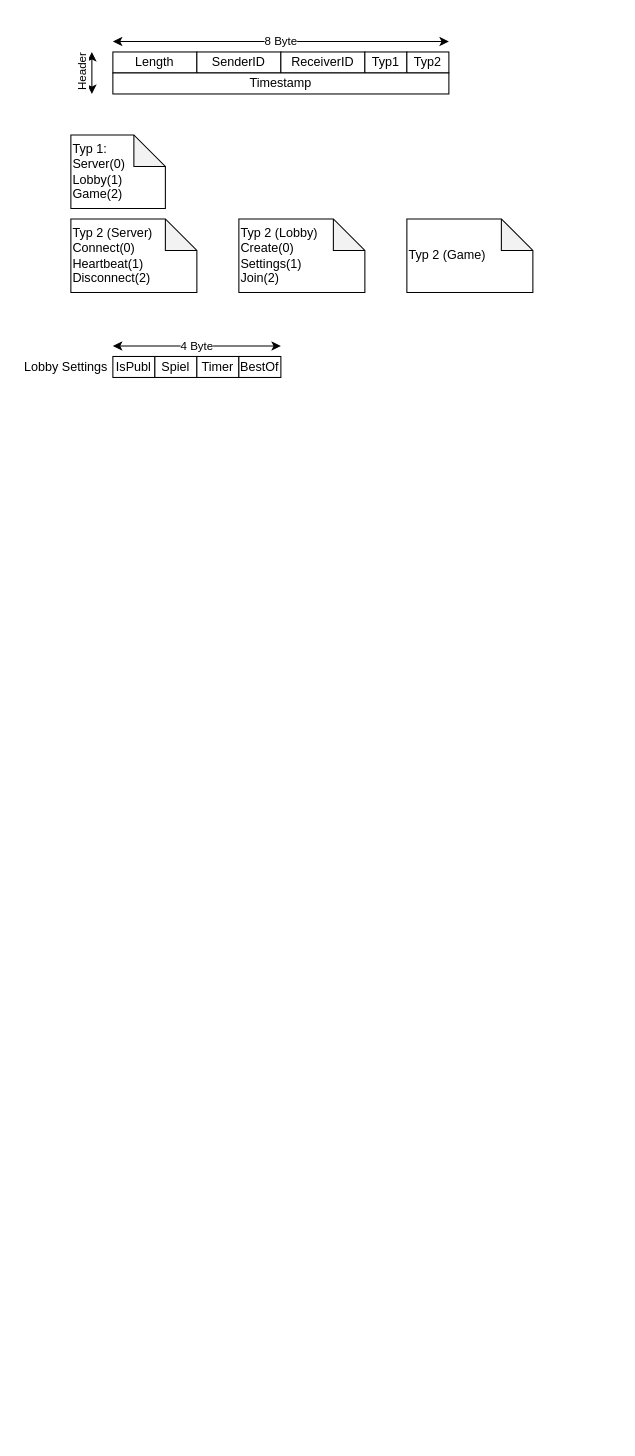
Before: page "Page-1" (1 of 2) of Digramm_Message_Structure.drawio in Spielo-io/Server, a draw.io diagram. Source tidied: cells renumbered, new cells numbered last; positions are measured from the earlier drawing's top-left corner, leaving out a move shared by most shapes. Both pictures are drawn from the tidied source at 105%, with x=0, y=0 at pixel (18, 41).
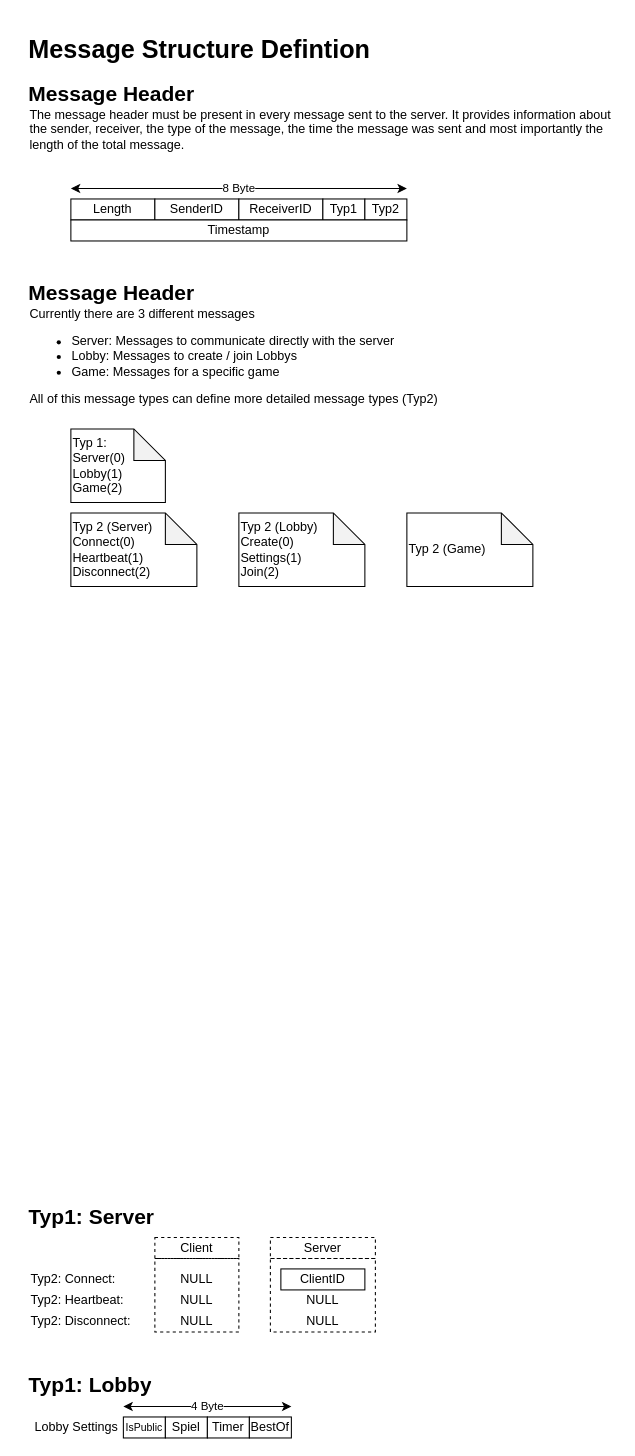
The same page after the edit.

The edit, as a diff of the source:
```diff
@@
     <mxCell id="2" value="Length" style="rounded=0;whiteSpace=wrap;html=1;" parent="1" vertex="1">
-      <mxGeometry x="90" y="10" width="80" height="20" as="geometry" />
+      <mxGeometry x="50" y="150" width="80" height="20" as="geometry" />
     </mxCell>
     <mxCell id="3" value="SenderID" style="rounded=0;whiteSpace=wrap;html=1;" parent="1" vertex="1">
-      <mxGeometry x="170" y="10" width="80" height="20" as="geometry" />
+      <mxGeometry x="130" y="150" width="80" height="20" as="geometry" />
     </mxCell>
     <mxCell id="4" value="ReceiverID" style="rounded=0;whiteSpace=wrap;html=1;" parent="1" vertex="1">
-      <mxGeometry x="250" y="10" width="80" height="20" as="geometry" />
+      <mxGeometry x="210" y="150" width="80" height="20" as="geometry" />
     </mxCell>
     <mxCell id="5" value="Typ1" style="rounded=0;whiteSpace=wrap;html=1;" parent="1" vertex="1">
-      <mxGeometry x="330" y="10" width="40" height="20" as="geometry" />
+      <mxGeometry x="290" y="150" width="40" height="20" as="geometry" />
     </mxCell>
     <mxCell id="6" value="Typ2" style="rounded=0;whiteSpace=wrap;html=1;" parent="1" vertex="1">
-      <mxGeometry x="370" y="10" width="40" height="20" as="geometry" />
+      <mxGeometry x="330" y="150" width="40" height="20" as="geometry" />
     </mxCell>
     <mxCell id="7" style="endArrow=classic;startArrow=classic;html=1;" parent="1" edge="1">
       <mxGeometry relative="1" as="geometry">
-        <mxPoint x="90" as="sourcePoint" />
-        <mxPoint x="410" as="targetPoint" />
+        <mxPoint x="50" y="140" as="sourcePoint" />
+        <mxPoint x="370" y="140" as="targetPoint" />
       </mxGeometry>
     </mxCell>
@@
     <mxCell id="9" value="Timestamp" style="rounded=0;whiteSpace=wrap;html=1;" parent="1" vertex="1">
-      <mxGeometry x="90" y="30" width="320" height="20" as="geometry" />
+      <mxGeometry x="50" y="170" width="320" height="20" as="geometry" />
     </mxCell>
-    <mxCell id="10" style="endArrow=classic;startArrow=classic;html=1;" parent="1" edge="1">
-      <mxGeometry relative="1" as="geometry">
-        <mxPoint x="70" y="50" as="sourcePoint" />
-        <mxPoint x="70" y="10" as="targetPoint" />
-        <Array as="points">
-          <mxPoint x="70" y="20" />
-        </Array>
-      </mxGeometry>
-    </mxCell>
-    <mxCell id="11" value="Header" style="edgeLabel;html=1;align=center;verticalAlign=middle;rotation=270;" parent="10" vertex="1">
-      <mxGeometry x="0.32" relative="1" as="geometry">
-        <mxPoint x="-10" y="6.2" as="offset" />
-      </mxGeometry>
-    </mxCell>
-    <mxCell id="12" value="IsPubl" style="rounded=0;whiteSpace=wrap;html=1;" parent="1" vertex="1">
-      <mxGeometry x="90" y="300" width="40" height="20" as="geometry" />
+    <mxCell id="12" value="IsPublic" style="rounded=0;whiteSpace=wrap;html=1;fontSize=10;" parent="1" vertex="1">
+      <mxGeometry x="100" y="1310" width="40" height="20" as="geometry" />
     </mxCell>
     <mxCell id="13" value="Spiel" style="rounded=0;whiteSpace=wrap;html=1;" parent="1" vertex="1">
-      <mxGeometry x="130" y="300" width="40" height="20" as="geometry" />
+      <mxGeometry x="140" y="1310" width="40" height="20" as="geometry" />
     </mxCell>
     <mxCell id="14" value="Timer" style="rounded=0;whiteSpace=wrap;html=1;" parent="1" vertex="1">
-      <mxGeometry x="170" y="300" width="40" height="20" as="geometry" />
+      <mxGeometry x="180" y="1310" width="40" height="20" as="geometry" />
     </mxCell>
     <mxCell id="15" value="BestOf" style="rounded=0;whiteSpace=wrap;html=1;" parent="1" vertex="1">
-      <mxGeometry x="210" y="300" width="40" height="20" as="geometry" />
+      <mxGeometry x="220" y="1310" width="40" height="20" as="geometry" />
     </mxCell>
     <mxCell id="16" style="endArrow=classic;startArrow=classic;html=1;" parent="1" edge="1">
       <mxGeometry relative="1" as="geometry">
-        <mxPoint x="90" y="290" as="sourcePoint" />
-        <mxPoint x="250" y="290" as="targetPoint" />
+        <mxPoint x="100" y="1300" as="sourcePoint" />
+        <mxPoint x="260" y="1300" as="targetPoint" />
       </mxGeometry>
     </mxCell>
@@
     <mxCell id="18" value="Lobby Settings" style="text;html=1;align=center;verticalAlign=middle;" parent="1" vertex="1">
-      <mxGeometry y="300" width="90" height="20" as="geometry" />
+      <mxGeometry x="10" y="1310" width="90" height="20" as="geometry" />
     </mxCell>
     <mxCell id="19" value="Typ 1:&lt;br&gt;Server(0)&lt;br&gt;Lobby(1)&lt;br&gt;Game(2)" style="shape=note;whiteSpace=wrap;html=1;backgroundOutline=1;darkOpacity=0.05;align=left;" parent="1" vertex="1">
-      <mxGeometry x="50" y="89" width="90" height="70" as="geometry" />
+      <mxGeometry x="50" y="369" width="90" height="70" as="geometry" />
     </mxCell>
     <mxCell id="20" value="Typ 2 (Lobby)&lt;br&gt;Create(0)&lt;br&gt;Settings(1)&lt;br&gt;Join(2)" style="shape=note;whiteSpace=wrap;html=1;backgroundOutline=1;darkOpacity=0.05;align=left;" parent="1" vertex="1">
-      <mxGeometry x="210" y="169" width="120" height="70" as="geometry" />
+      <mxGeometry x="210" y="449" width="120" height="70" as="geometry" />
     </mxCell>
     <mxCell id="21" value="Typ 2 (Server)&lt;br&gt;Connect(0)&lt;br&gt;Heartbeat(1)&lt;br&gt;Disconnect(2)" style="shape=note;whiteSpace=wrap;html=1;backgroundOutline=1;darkOpacity=0.05;align=left;" parent="1" vertex="1">
-      <mxGeometry x="50" y="169" width="120" height="70" as="geometry" />
+      <mxGeometry x="50" y="449" width="120" height="70" as="geometry" />
     </mxCell>
     <mxCell id="22" value="Typ 2 (Game)" style="shape=note;whiteSpace=wrap;html=1;backgroundOutline=1;darkOpacity=0.05;align=left;" parent="1" vertex="1">
-      <mxGeometry x="370" y="169" width="120" height="70" as="geometry" />
+      <mxGeometry x="370" y="449" width="120" height="70" as="geometry" />
     </mxCell>
+    <mxCell id="23" value="&lt;h1&gt;Message Structure Defintion&lt;/h1&gt;" style="text;html=1;strokeColor=none;fillColor=none;spacing=0;spacingTop=-16;whiteSpace=wrap;overflow=hidden;rounded=0;" parent="1" vertex="1">
+      <mxGeometry x="10" y="-11" width="470" height="29" as="geometry" />
+    </mxCell>
+    <mxCell id="24" value="&lt;h1&gt;&lt;font style=&quot;font-size: 20px ; line-height: 110%&quot;&gt;Message Header&lt;/font&gt;&lt;/h1&gt;&lt;p&gt;&lt;br&gt;&lt;/p&gt;" style="text;html=1;strokeColor=none;fillColor=none;spacing=0;spacingTop=-25;whiteSpace=wrap;overflow=hidden;rounded=0;" parent="1" vertex="1">
+      <mxGeometry x="10" y="39" width="560" height="20" as="geometry" />
+    </mxCell>
+    <mxCell id="25" value="&lt;span style=&quot;&quot;&gt;The message header must be present in every message sent to the server. It provides information about the sender, receiver, the type of the message, the time the message was sent and most importantly the length of the total message.&lt;/span&gt;" style="text;html=1;strokeColor=none;fillColor=none;align=left;verticalAlign=middle;whiteSpace=wrap;rounded=0;glass=0;sketch=0;spacing=1;" parent="1" vertex="1">
+      <mxGeometry x="10" y="59" width="560" height="49" as="geometry" />
+    </mxCell>
+    <mxCell id="26" value="&lt;h1&gt;&lt;font style=&quot;font-size: 20px ; line-height: 110%&quot;&gt;Message Header&lt;/font&gt;&lt;/h1&gt;&lt;p&gt;&lt;br&gt;&lt;/p&gt;" style="text;html=1;strokeColor=none;fillColor=none;spacing=0;spacingTop=-25;whiteSpace=wrap;overflow=hidden;rounded=0;" parent="1" vertex="1">
+      <mxGeometry x="10" y="229" width="560" height="20" as="geometry" />
+    </mxCell>
+    <mxCell id="27" value="&lt;span&gt;Currently there are 3 different messages&lt;br&gt;&lt;ul&gt;&lt;li&gt;&lt;span&gt;Server: Messages to communicate directly with the server&lt;/span&gt;&lt;/li&gt;&lt;li&gt;Lobby: Messages to create / join Lobbys&lt;/li&gt;&lt;li&gt;&lt;span&gt;Game: Messages for a specific game&lt;/span&gt;&lt;/li&gt;&lt;/ul&gt;All of this message types can define more detailed message types (Typ2)&lt;br&gt;&lt;/span&gt;" style="text;html=1;strokeColor=none;fillColor=none;align=left;verticalAlign=middle;whiteSpace=wrap;rounded=0;glass=0;sketch=0;spacing=1;" parent="1" vertex="1">
+      <mxGeometry x="10" y="250" width="560" height="99" as="geometry" />
+    </mxCell>
+    <mxCell id="28" value="&lt;h1&gt;&lt;span style=&quot;font-size: 20px&quot;&gt;Typ1: Lobby&lt;/span&gt;&lt;/h1&gt;" style="text;html=1;strokeColor=none;fillColor=none;spacing=0;spacingTop=-25;whiteSpace=wrap;overflow=hidden;rounded=0;" parent="1" vertex="1">
+      <mxGeometry x="10" y="1269" width="240" height="20" as="geometry" />
+    </mxCell>
+    <mxCell id="29" value="&lt;h1&gt;&lt;span style=&quot;font-size: 20px&quot;&gt;Typ1: Server&lt;/span&gt;&lt;/h1&gt;" style="text;html=1;strokeColor=none;fillColor=none;spacing=0;spacingTop=-25;whiteSpace=wrap;overflow=hidden;rounded=0;" parent="1" vertex="1">
+      <mxGeometry x="10" y="1109" width="240" height="20" as="geometry" />
+    </mxCell>
+    <mxCell id="30" style="group;dashed=1;" parent="1" vertex="1">
+      <mxGeometry x="130" y="1139" width="80" height="90" as="geometry" />
+    </mxCell>
+    <mxCell id="31" style="rounded=0;whiteSpace=wrap;html=1;glass=0;sketch=0;align=right;fillColor=none;dashed=1;" parent="30" vertex="1">
+      <mxGeometry y="20" width="80" height="70" as="geometry" />
+    </mxCell>
+    <mxCell id="32" value="NULL" style="text;html=1;strokeColor=none;fillColor=none;align=center;verticalAlign=middle;whiteSpace=wrap;rounded=0;glass=0;sketch=0;" parent="30" vertex="1">
+      <mxGeometry y="30" width="80" height="20" as="geometry" />
+    </mxCell>
+    <mxCell id="33" value="NULL" style="text;html=1;strokeColor=none;fillColor=none;align=center;verticalAlign=middle;whiteSpace=wrap;rounded=0;glass=0;sketch=0;" parent="30" vertex="1">
+      <mxGeometry y="50" width="80" height="20" as="geometry" />
+    </mxCell>
+    <mxCell id="34" value="NULL" style="text;html=1;strokeColor=none;fillColor=none;align=center;verticalAlign=middle;whiteSpace=wrap;rounded=0;glass=0;sketch=0;" parent="30" vertex="1">
+      <mxGeometry y="70" width="80" height="20" as="geometry" />
+    </mxCell>
+    <mxCell id="35" value="Client" style="rounded=0;whiteSpace=wrap;html=1;glass=0;sketch=0;fillColor=none;align=center;dashed=1;" parent="30" vertex="1">
+      <mxGeometry width="80" height="20" as="geometry" />
+    </mxCell>
+    <mxCell id="36" value="Typ2: Connect:" style="text;html=1;strokeColor=none;fillColor=none;align=left;verticalAlign=middle;whiteSpace=wrap;rounded=0;" parent="1" vertex="1">
+      <mxGeometry x="10" y="1169" width="100" height="20" as="geometry" />
+    </mxCell>
+    <mxCell id="37" value="Typ2: Heartbeat:" style="text;html=1;strokeColor=none;fillColor=none;align=left;verticalAlign=middle;whiteSpace=wrap;rounded=0;" parent="1" vertex="1">
+      <mxGeometry x="10" y="1189" width="100" height="20" as="geometry" />
+    </mxCell>
+    <mxCell id="38" value="Typ2: Disconnect:" style="text;html=1;strokeColor=none;fillColor=none;align=left;verticalAlign=middle;whiteSpace=wrap;rounded=0;" parent="1" vertex="1">
+      <mxGeometry x="10" y="1209" width="100" height="20" as="geometry" />
+    </mxCell>
+    <mxCell id="39" style="group;" parent="1" vertex="1">
+      <mxGeometry x="240" y="1139" width="100" height="90" as="geometry" />
+    </mxCell>
+    <mxCell id="40" value="Server" style="rounded=0;whiteSpace=wrap;html=1;glass=0;sketch=0;fillColor=none;align=center;dashed=1;" parent="39" vertex="1">
+      <mxGeometry width="100" height="20" as="geometry" />
+    </mxCell>
+    <mxCell id="41" style="rounded=0;whiteSpace=wrap;html=1;glass=0;sketch=0;align=right;fillColor=none;dashed=1;" parent="39" vertex="1">
+      <mxGeometry y="20" width="100" height="70" as="geometry" />
+    </mxCell>
+    <mxCell id="42" value="ClientID" style="rounded=0;whiteSpace=wrap;html=1;glass=0;sketch=0;fillColor=none;align=center;" parent="39" vertex="1">
+      <mxGeometry x="10" y="30" width="80" height="20" as="geometry" />
+    </mxCell>
+    <mxCell id="43" value="NULL" style="text;html=1;strokeColor=none;fillColor=none;align=center;verticalAlign=middle;whiteSpace=wrap;rounded=0;glass=0;sketch=0;" parent="39" vertex="1">
+      <mxGeometry x="10" y="50" width="80" height="20" as="geometry" />
+    </mxCell>
+    <mxCell id="44" value="NULL" style="text;html=1;strokeColor=none;fillColor=none;align=center;verticalAlign=middle;whiteSpace=wrap;rounded=0;glass=0;sketch=0;" parent="39" vertex="1">
+      <mxGeometry x="10" y="70" width="80" height="20" as="geometry" />
+    </mxCell>
```
